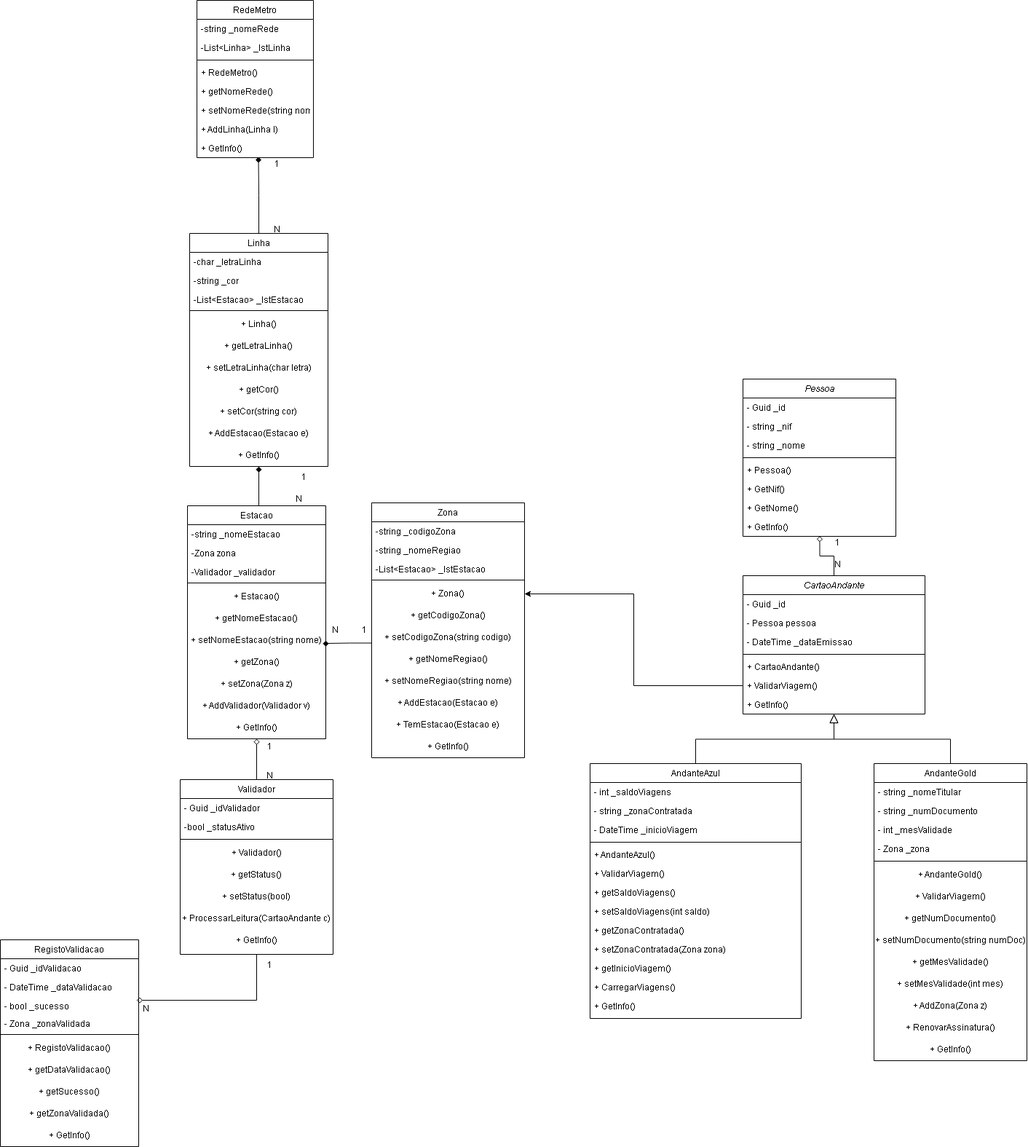
Earlier version of the draw.io export docs/andante-sys.drawio.png (tskxz/andante-sys). Source tidied: cells renumbered, new cells last; positions are measured from the earlier drawing's top-left corner, leaving out a move shared by most shapes.
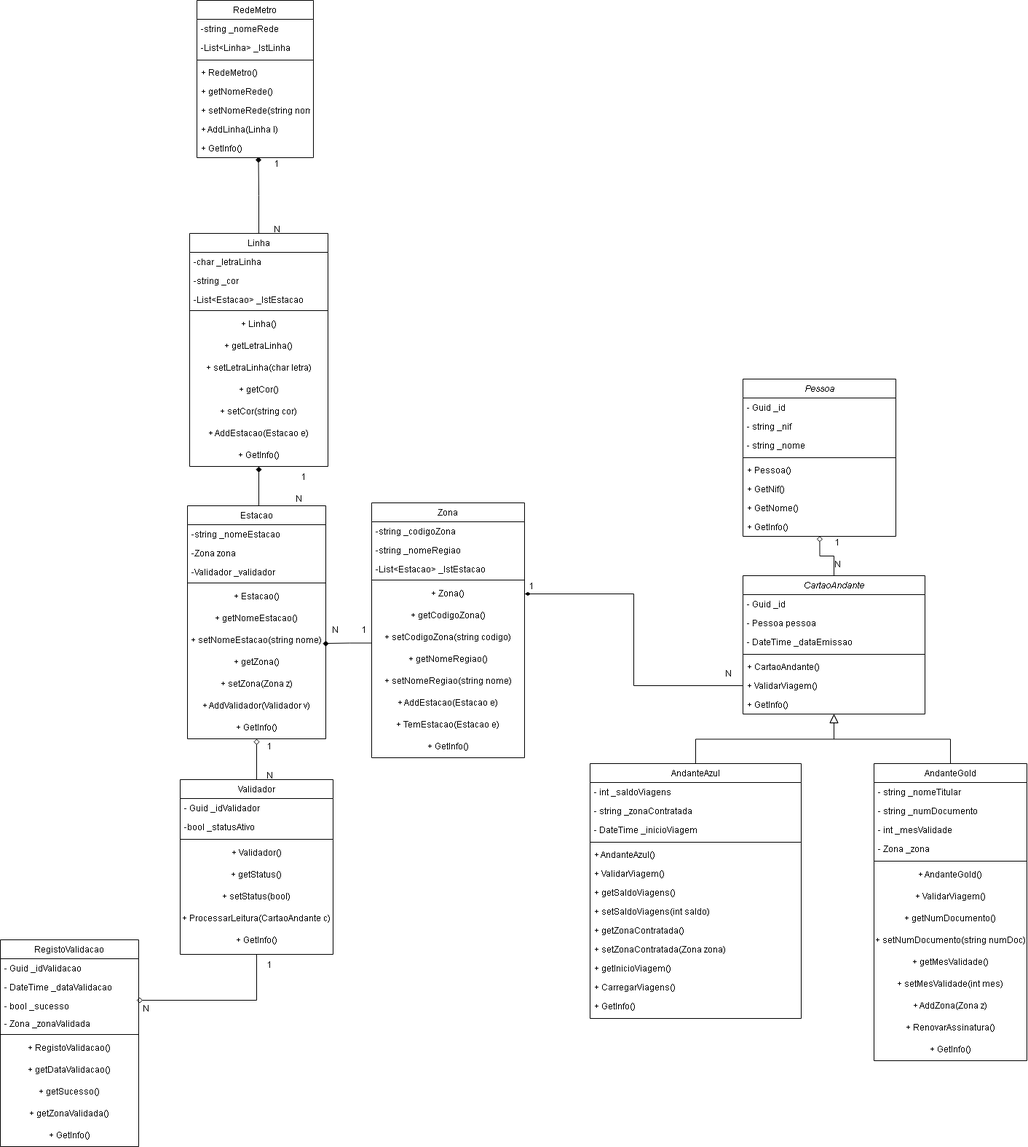
After the change.

What changed in the source:
```diff
@@ -407,8 +407,14 @@
     <mxCell id="133" value="N" style="text;html=1;whiteSpace=wrap;strokeColor=none;fillColor=none;align=center;verticalAlign=middle;rounded=0;" parent="1" vertex="1">
       <mxGeometry x="1120" y="760" width="60" height="30" as="geometry" />
     </mxCell>
-    <mxCell id="134" style="edgeStyle=orthogonalEdgeStyle;rounded=0;jettySize=auto;html=1;exitX=0;exitY=0.5;exitDx=0;exitDy=0;entryX=1;entryY=0.5;entryDx=0;entryDy=0;" parent="1" edge="1" source="9" target="81">
+    <mxCell id="134" style="edgeStyle=orthogonalEdgeStyle;rounded=0;jettySize=auto;html=1;exitX=0;exitY=0.5;exitDx=0;exitDy=0;entryX=1;entryY=0.5;entryDx=0;entryDy=0;endArrow=diamondThin;endFill=1;" parent="1" edge="1" source="9" target="81">
       <mxGeometry relative="1" as="geometry" />
     </mxCell>
+    <mxCell id="135" value="1" style="text;html=1;whiteSpace=wrap;strokeColor=none;fillColor=none;align=center;verticalAlign=middle;rounded=0;" parent="1" vertex="1">
+      <mxGeometry x="700" y="790" width="60" height="30" as="geometry" />
+    </mxCell>
+    <mxCell id="136" value="N" style="text;html=1;whiteSpace=wrap;strokeColor=none;fillColor=none;align=center;verticalAlign=middle;rounded=0;" parent="1" vertex="1">
+      <mxGeometry x="970" y="910" width="60" height="30" as="geometry" />
+    </mxCell>
   </root>
 </mxGraphModel>
```
